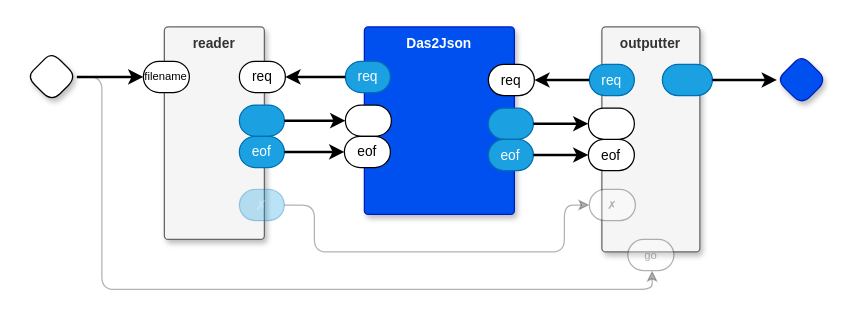
guitarvydas/das2json keeps this draw.io diagram as page "main" (1 of 2) of das2json-swib.drawio. Above is the earlier version. Source tidied: cells renumbered, new cells numbered last; positions are measured from the earlier drawing's top-left corner, leaving out a move shared by most shapes. Both pictures are drawn from the tidied source at 125%, with x=0, y=0 at pixel (26, 26).
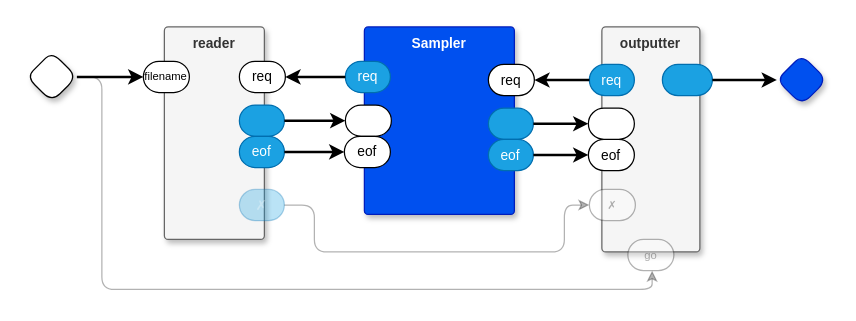
After the change.

Change to the diagram source:
```diff
@@
-    <mxCell id="20" value="Das2Json" style="rounded=1;whiteSpace=wrap;verticalAlign=top;arcSize=6;fontStyle=1;absoluteArcSize=1;shadow=1;strokeColor=#001DBC;fillColor=#0050ef;fontFamily=Helvetica;fontSize=11;fontColor=#ffffff;gradientDirection=west;" parent="1" vertex="1">
+    <mxCell id="20" value="Sampler" style="rounded=1;whiteSpace=wrap;verticalAlign=top;arcSize=6;fontStyle=1;absoluteArcSize=1;shadow=1;strokeColor=#001DBC;fillColor=#0050ef;fontFamily=Helvetica;fontSize=11;fontColor=#ffffff;gradientDirection=west;" parent="1" vertex="1">
       <mxGeometry x="270" width="120" height="150" as="geometry" />
     </mxCell>
```
